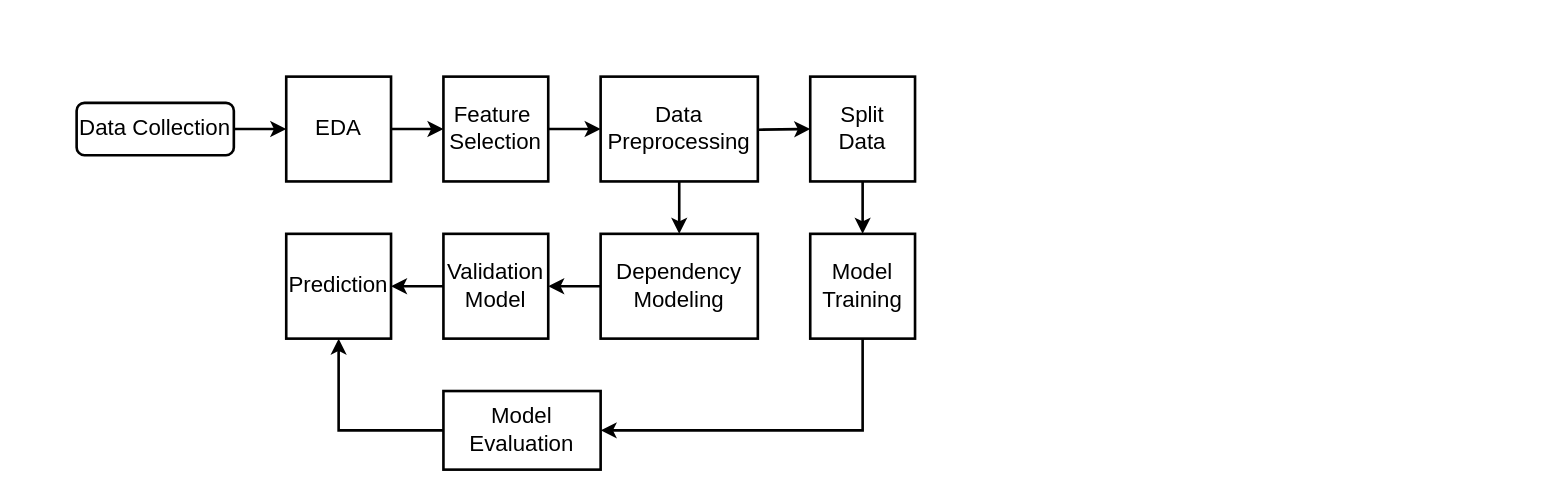
The draw.io diagram coopulas_flow.drawio in heberallin/copulas, before the edit. Source tidied: cells renumbered, new cells numbered last; positions are measured from the earlier drawing's top-left corner, leaving out a move shared by most shapes. Both pictures are drawn from the tidied source at 131%, with x=0, y=0 at pixel (76, 76).
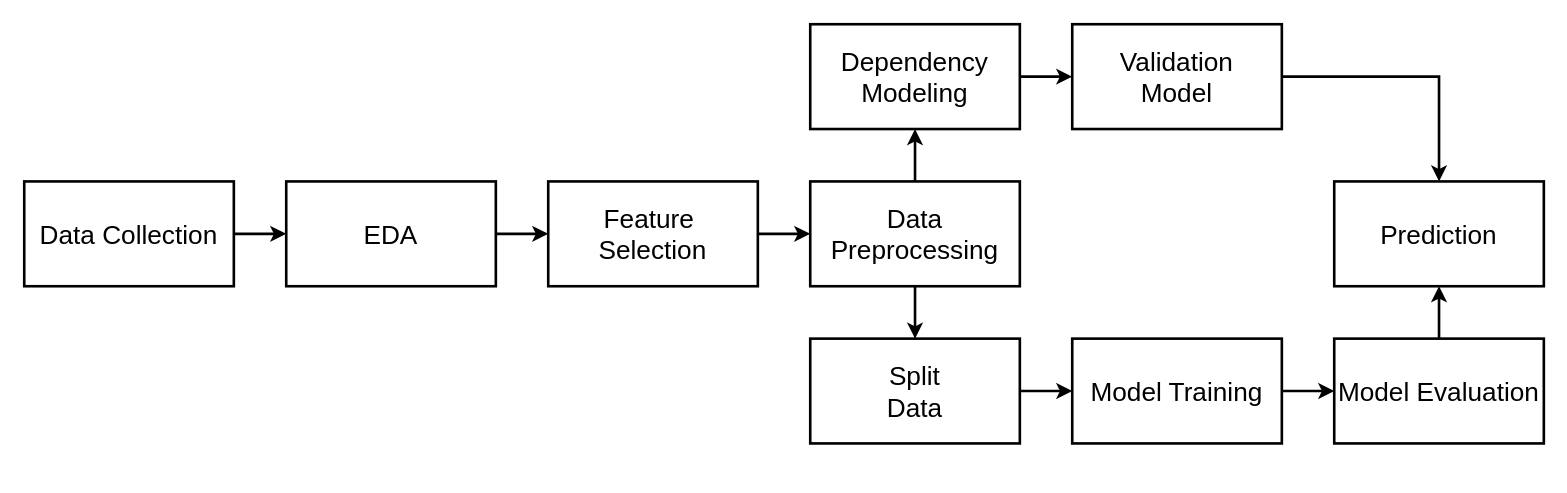
The same page after the edit.

Change to the diagram source:
```diff
@@
-    <mxCell id="2" style="edgeStyle=orthogonalEdgeStyle;rounded=0;jettySize=auto;html=1;exitX=1;exitY=0.5;exitDx=0;exitDy=0;entryX=0;entryY=0.5;entryDx=0;entryDy=0;fontSize=17;strokeWidth=2;shadow=0;" parent="1" edge="1" source="3" target="5">
-      <mxGeometry relative="1" as="geometry" />
-    </mxCell>
+    <mxCell id="28" style="edgeStyle=orthogonalEdgeStyle;rounded=0;jettySize=auto;html=1;exitX=1;exitY=0.5;exitDx=0;exitDy=0;entryX=0;entryY=0.5;entryDx=0;entryDy=0;fontSize=20;strokeWidth=2;" parent="1" edge="1" source="3" target="6">
+      <mxGeometry relative="1" as="geometry" />
+    </mxCell>
-    <mxCell id="3" value="&lt;font style=&quot;font-size: 17px;&quot;&gt;Data Collection&lt;/font&gt;" style="rounded=1;whiteSpace=wrap;html=1;fontSize=17;glass=0;strokeWidth=2;shadow=0;" parent="1" vertex="1">
-      <mxGeometry y="20" width="120" height="40" as="geometry" />
+    <mxCell id="3" value="&lt;span style=&quot;font-size: 20px;&quot;&gt;Data Collection&lt;/span&gt;" style="rounded=0;whiteSpace=wrap;html=1;fontSize=20;strokeWidth=2;" parent="1" vertex="1">
+      <mxGeometry x="-40" y="80" width="160" height="80" as="geometry" />
     </mxCell>
-    <mxCell id="4" style="edgeStyle=orthogonalEdgeStyle;rounded=0;jettySize=auto;html=1;exitX=1;exitY=0.5;exitDx=0;exitDy=0;entryX=0;entryY=0.5;entryDx=0;entryDy=0;fontSize=17;strokeWidth=2;shadow=0;" parent="1" edge="1" source="5" target="8">
-      <mxGeometry relative="1" as="geometry" />
-    </mxCell>
-    <mxCell id="5" style="whiteSpace=wrap;html=1;fontSize=17;strokeWidth=2;shadow=0;" parent="1" vertex="1">
-      <mxGeometry x="160" width="80" height="80" as="geometry" />
-    </mxCell>
+    <mxCell id="29" style="edgeStyle=orthogonalEdgeStyle;rounded=0;jettySize=auto;html=1;exitX=1;exitY=0.5;exitDx=0;exitDy=0;entryX=0;entryY=0.5;entryDx=0;entryDy=0;fontSize=20;strokeWidth=2;" parent="1" edge="1" source="6" target="9">
+      <mxGeometry relative="1" as="geometry" />
+    </mxCell>
-    <mxCell id="6" value="EDA" style="text;html=1;align=center;verticalAlign=middle;whiteSpace=wrap;rounded=0;fontSize=17;strokeWidth=2;shadow=0;" parent="1" vertex="1">
-      <mxGeometry x="170" y="25" width="60" height="30" as="geometry" />
+    <mxCell id="6" value="&lt;span style=&quot;font-size: 20px;&quot;&gt;EDA&lt;/span&gt;" style="rounded=0;whiteSpace=wrap;html=1;fontSize=20;strokeWidth=2;" parent="1" vertex="1">
+      <mxGeometry x="160" y="80" width="160" height="80" as="geometry" />
     </mxCell>
-    <mxCell id="7" style="edgeStyle=orthogonalEdgeStyle;rounded=0;jettySize=auto;html=1;exitX=1;exitY=0.5;exitDx=0;exitDy=0;entryX=0;entryY=0.5;entryDx=0;entryDy=0;fontSize=17;strokeWidth=2;shadow=0;" parent="1" edge="1" source="8">
-      <mxGeometry relative="1" as="geometry">
-        <mxPoint x="400" y="40" as="targetPoint" />
-      </mxGeometry>
-    </mxCell>
-    <mxCell id="8" style="whiteSpace=wrap;html=1;fontSize=17;strokeWidth=2;shadow=0;" parent="1" vertex="1">
-      <mxGeometry x="280" width="80" height="80" as="geometry" />
-    </mxCell>
+    <mxCell id="30" style="edgeStyle=orthogonalEdgeStyle;rounded=0;jettySize=auto;html=1;exitX=1;exitY=0.5;exitDx=0;exitDy=0;entryX=0;entryY=0.5;entryDx=0;entryDy=0;fontSize=20;strokeWidth=2;" parent="1" edge="1" source="9" target="23">
+      <mxGeometry relative="1" as="geometry" />
+    </mxCell>
-    <mxCell id="9" value="Feature&amp;nbsp;&lt;div style=&quot;font-size: 17px;&quot;&gt;Selection&lt;/div&gt;" style="text;html=1;align=center;verticalAlign=middle;whiteSpace=wrap;rounded=0;fontSize=17;strokeWidth=2;shadow=0;" parent="1" vertex="1">
-      <mxGeometry x="290" y="25" width="60" height="30" as="geometry" />
+    <mxCell id="9" value="&lt;span style=&quot;font-size: 20px;&quot;&gt;Feature&amp;nbsp;&lt;/span&gt;&lt;div style=&quot;font-size: 20px;&quot;&gt;Selection&lt;/div&gt;" style="rounded=0;whiteSpace=wrap;html=1;fontSize=20;strokeWidth=2;" parent="1" vertex="1">
+      <mxGeometry x="360" y="80" width="160" height="80" as="geometry" />
     </mxCell>
-    <mxCell id="10" style="edgeStyle=orthogonalEdgeStyle;rounded=0;jettySize=auto;html=1;exitX=1;exitY=0.5;exitDx=0;exitDy=0;entryX=0;entryY=0.5;entryDx=0;entryDy=0;fontSize=17;strokeWidth=2;shadow=0;" parent="1" edge="1" target="17">
-      <mxGeometry relative="1" as="geometry">
-        <mxPoint x="480" y="40" as="sourcePoint" />
-      </mxGeometry>
-    </mxCell>
-    <mxCell id="11" style="edgeStyle=orthogonalEdgeStyle;rounded=0;jettySize=auto;html=1;exitX=0;exitY=0.5;exitDx=0;exitDy=0;entryX=1;entryY=0.5;entryDx=0;entryDy=0;fontSize=17;strokeWidth=2;shadow=0;" parent="1" edge="1" source="12" target="14">
-      <mxGeometry relative="1" as="geometry" />
-    </mxCell>
-    <mxCell id="12" style="whiteSpace=wrap;html=1;fontSize=17;strokeWidth=2;shadow=0;" parent="1" vertex="1">
-      <mxGeometry x="280" y="120" width="80" height="80" as="geometry" />
-    </mxCell>
+    <mxCell id="22" style="edgeStyle=orthogonalEdgeStyle;rounded=0;jettySize=auto;html=1;exitX=0.5;exitY=0;exitDx=0;exitDy=0;entryX=0.5;entryY=1;entryDx=0;entryDy=0;fontSize=20;strokeWidth=2;" parent="1" edge="1" source="23" target="25">
+      <mxGeometry relative="1" as="geometry" />
+    </mxCell>
+    <mxCell id="31" style="edgeStyle=orthogonalEdgeStyle;rounded=0;jettySize=auto;html=1;exitX=0.5;exitY=1;exitDx=0;exitDy=0;entryX=0.5;entryY=0;entryDx=0;entryDy=0;fontSize=20;strokeWidth=2;" parent="1" edge="1" source="23" target="18">
+      <mxGeometry relative="1" as="geometry" />
+    </mxCell>
+    <mxCell id="23" value="&lt;span style=&quot;font-size: 20px;&quot;&gt;Data Preprocessing&lt;/span&gt;" style="rounded=0;whiteSpace=wrap;html=1;fontSize=20;strokeWidth=2;" parent="1" vertex="1">
+      <mxGeometry x="560" y="80" width="160" height="80" as="geometry" />
+    </mxCell>
+    <mxCell id="32" style="edgeStyle=orthogonalEdgeStyle;rounded=0;jettySize=auto;html=1;exitX=1;exitY=0.5;exitDx=0;exitDy=0;entryX=0;entryY=0.5;entryDx=0;entryDy=0;fontSize=20;strokeWidth=2;" parent="1" edge="1" source="18" target="21">
+      <mxGeometry relative="1" as="geometry" />
+    </mxCell>
+    <mxCell id="18" value="&lt;span style=&quot;font-size: 20px;&quot;&gt;Split&lt;/span&gt;&lt;div style=&quot;font-size: 20px;&quot;&gt;Data&lt;/div&gt;" style="rounded=0;whiteSpace=wrap;html=1;fontSize=20;strokeWidth=2;" parent="1" vertex="1">
+      <mxGeometry x="560" y="200" width="160" height="80" as="geometry" />
+    </mxCell>
+    <mxCell id="33" style="edgeStyle=orthogonalEdgeStyle;rounded=0;jettySize=auto;html=1;exitX=1;exitY=0.5;exitDx=0;exitDy=0;entryX=0;entryY=0.5;entryDx=0;entryDy=0;fontSize=20;strokeWidth=2;" parent="1" edge="1" source="25" target="13">
+      <mxGeometry relative="1" as="geometry" />
+    </mxCell>
+    <mxCell id="25" value="&lt;span style=&quot;font-size: 20px;&quot;&gt;Dependency&lt;/span&gt;&lt;div style=&quot;font-size: 20px;&quot;&gt;Modeling&lt;/div&gt;" style="rounded=0;whiteSpace=wrap;html=1;fontSize=20;strokeWidth=2;" parent="1" vertex="1">
+      <mxGeometry x="560" y="-40" width="160" height="80" as="geometry" />
+    </mxCell>
+    <mxCell id="34" style="edgeStyle=orthogonalEdgeStyle;rounded=0;jettySize=auto;html=1;exitX=1;exitY=0.5;exitDx=0;exitDy=0;entryX=0.5;entryY=0;entryDx=0;entryDy=0;fontSize=20;strokeWidth=2;" parent="1" edge="1" source="13" target="15">
+      <mxGeometry relative="1" as="geometry" />
+    </mxCell>
-    <mxCell id="13" value="Validation&lt;div style=&quot;font-size: 17px;&quot;&gt;Model&lt;/div&gt;" style="text;html=1;align=center;verticalAlign=middle;whiteSpace=wrap;rounded=0;fontSize=17;strokeWidth=2;shadow=0;" parent="1" vertex="1">
-      <mxGeometry x="290" y="145" width="60" height="30" as="geometry" />
+    <mxCell id="13" value="&lt;span style=&quot;font-size: 20px;&quot;&gt;Validation&lt;/span&gt;&lt;div style=&quot;font-size: 20px;&quot;&gt;Model&lt;/div&gt;" style="rounded=0;whiteSpace=wrap;html=1;fontSize=20;strokeWidth=2;" parent="1" vertex="1">
+      <mxGeometry x="760" y="-40" width="160" height="80" as="geometry" />
     </mxCell>
-    <mxCell id="14" style="whiteSpace=wrap;html=1;rounded=0;fontSize=17;strokeWidth=2;shadow=0;" parent="1" vertex="1">
-      <mxGeometry x="160" y="120" width="80" height="80" as="geometry" />
-    </mxCell>
-    <mxCell id="15" value="Prediction" style="text;html=1;align=center;verticalAlign=middle;whiteSpace=wrap;rounded=0;fontSize=17;strokeWidth=2;shadow=0;" parent="1" vertex="1">
-      <mxGeometry x="170" y="145" width="60" height="30" as="geometry" />
+    <mxCell id="15" value="&lt;span style=&quot;font-size: 20px;&quot;&gt;Prediction&lt;/span&gt;" style="rounded=0;whiteSpace=wrap;html=1;fontSize=20;strokeWidth=2;" parent="1" vertex="1">
+      <mxGeometry x="960" y="80" width="160" height="80" as="geometry" />
     </mxCell>
-    <mxCell id="16" style="edgeStyle=orthogonalEdgeStyle;rounded=0;jettySize=auto;html=1;exitX=0.5;exitY=1;exitDx=0;exitDy=0;entryX=0.5;entryY=0;entryDx=0;entryDy=0;fontSize=17;strokeWidth=2;shadow=0;" parent="1" edge="1" source="17" target="20">
-      <mxGeometry relative="1" as="geometry" />
-    </mxCell>
-    <mxCell id="17" style="whiteSpace=wrap;html=1;rounded=0;shadow=0;glass=0;fontSize=17;strokeWidth=2;" parent="1" vertex="1">
-      <mxGeometry x="560" width="80" height="80" as="geometry" />
-    </mxCell>
-    <mxCell id="18" value="Split&lt;div style=&quot;font-size: 17px;&quot;&gt;Data&lt;/div&gt;" style="text;html=1;align=center;verticalAlign=middle;whiteSpace=wrap;rounded=0;fontSize=17;strokeWidth=2;shadow=0;" parent="1" vertex="1">
-      <mxGeometry x="570" y="25" width="60" height="30" as="geometry" />
-    </mxCell>
-    <mxCell id="19" style="edgeStyle=orthogonalEdgeStyle;rounded=0;jettySize=auto;html=1;exitX=0.5;exitY=1;exitDx=0;exitDy=0;entryX=1;entryY=0.5;entryDx=0;entryDy=0;strokeWidth=2;" parent="1" edge="1" source="20" target="27">
-      <mxGeometry relative="1" as="geometry" />
-    </mxCell>
-    <mxCell id="20" style="whiteSpace=wrap;html=1;rounded=0;shadow=0;glass=0;fontSize=17;strokeWidth=2;" parent="1" vertex="1">
-      <mxGeometry x="560" y="120" width="80" height="80" as="geometry" />
-    </mxCell>
+    <mxCell id="35" style="edgeStyle=orthogonalEdgeStyle;rounded=0;jettySize=auto;html=1;exitX=1;exitY=0.5;exitDx=0;exitDy=0;entryX=0;entryY=0.5;entryDx=0;entryDy=0;fontSize=20;strokeWidth=2;" parent="1" edge="1" source="21" target="27">
+      <mxGeometry relative="1" as="geometry" />
+    </mxCell>
-    <mxCell id="21" value="Model Training" style="text;html=1;align=center;verticalAlign=middle;whiteSpace=wrap;rounded=0;fontSize=17;strokeWidth=2;shadow=0;" parent="1" vertex="1">
-      <mxGeometry x="570" y="145" width="60" height="30" as="geometry" />
+    <mxCell id="21" value="&lt;span style=&quot;font-size: 20px;&quot;&gt;Model Training&lt;/span&gt;" style="rounded=0;whiteSpace=wrap;html=1;fontSize=20;strokeWidth=2;" parent="1" vertex="1">
+      <mxGeometry x="760" y="200" width="160" height="80" as="geometry" />
     </mxCell>
-    <mxCell id="22" style="edgeStyle=orthogonalEdgeStyle;rounded=0;jettySize=auto;html=1;exitX=0.5;exitY=1;exitDx=0;exitDy=0;entryX=0.5;entryY=0;entryDx=0;entryDy=0;fontSize=17;strokeWidth=2;shadow=0;" parent="1" edge="1" source="23" target="25">
-      <mxGeometry relative="1" as="geometry" />
-    </mxCell>
-    <mxCell id="23" value="&lt;span style=&quot;font-size: 17px;&quot;&gt;Data Preprocessing&lt;/span&gt;" style="rounded=0;whiteSpace=wrap;html=1;fontSize=17;strokeWidth=2;shadow=0;" parent="1" vertex="1">
-      <mxGeometry x="400" width="120" height="80" as="geometry" />
-    </mxCell>
-    <mxCell id="24" style="edgeStyle=orthogonalEdgeStyle;rounded=0;jettySize=auto;html=1;exitX=0;exitY=0.5;exitDx=0;exitDy=0;entryX=1;entryY=0.5;entryDx=0;entryDy=0;fontSize=17;strokeWidth=2;shadow=0;" parent="1" edge="1" source="25" target="12">
-      <mxGeometry relative="1" as="geometry" />
-    </mxCell>
-    <mxCell id="25" value="&lt;span style=&quot;font-size: 17px;&quot;&gt;Dependency&lt;/span&gt;&lt;div style=&quot;font-size: 17px;&quot;&gt;Modeling&lt;/div&gt;" style="rounded=0;whiteSpace=wrap;html=1;fontSize=17;strokeWidth=2;shadow=0;" parent="1" vertex="1">
-      <mxGeometry x="400" y="120" width="120" height="80" as="geometry" />
-    </mxCell>
-    <mxCell id="26" style="edgeStyle=orthogonalEdgeStyle;rounded=0;jettySize=auto;html=1;exitX=0;exitY=0.5;exitDx=0;exitDy=0;entryX=0.5;entryY=1;entryDx=0;entryDy=0;strokeWidth=2;" parent="1" edge="1" source="27" target="14">
-      <mxGeometry relative="1" as="geometry" />
-    </mxCell>
+    <mxCell id="36" style="edgeStyle=orthogonalEdgeStyle;rounded=0;jettySize=auto;html=1;exitX=0.5;exitY=0;exitDx=0;exitDy=0;entryX=0.5;entryY=1;entryDx=0;entryDy=0;fontSize=20;strokeWidth=2;" parent="1" edge="1" source="27" target="15">
+      <mxGeometry relative="1" as="geometry" />
+    </mxCell>
-    <mxCell id="27" value="&lt;span style=&quot;font-size: 17px;&quot;&gt;Model Evaluation&lt;/span&gt;" style="rounded=0;whiteSpace=wrap;html=1;strokeWidth=2;" parent="1" vertex="1">
-      <mxGeometry x="280" y="240" width="120" height="60" as="geometry" />
+    <mxCell id="27" value="&lt;span style=&quot;font-size: 20px;&quot;&gt;Model Evaluation&lt;/span&gt;" style="rounded=0;whiteSpace=wrap;html=1;fontSize=20;strokeWidth=2;" parent="1" vertex="1">
+      <mxGeometry x="960" y="200" width="160" height="80" as="geometry" />
     </mxCell>
```
